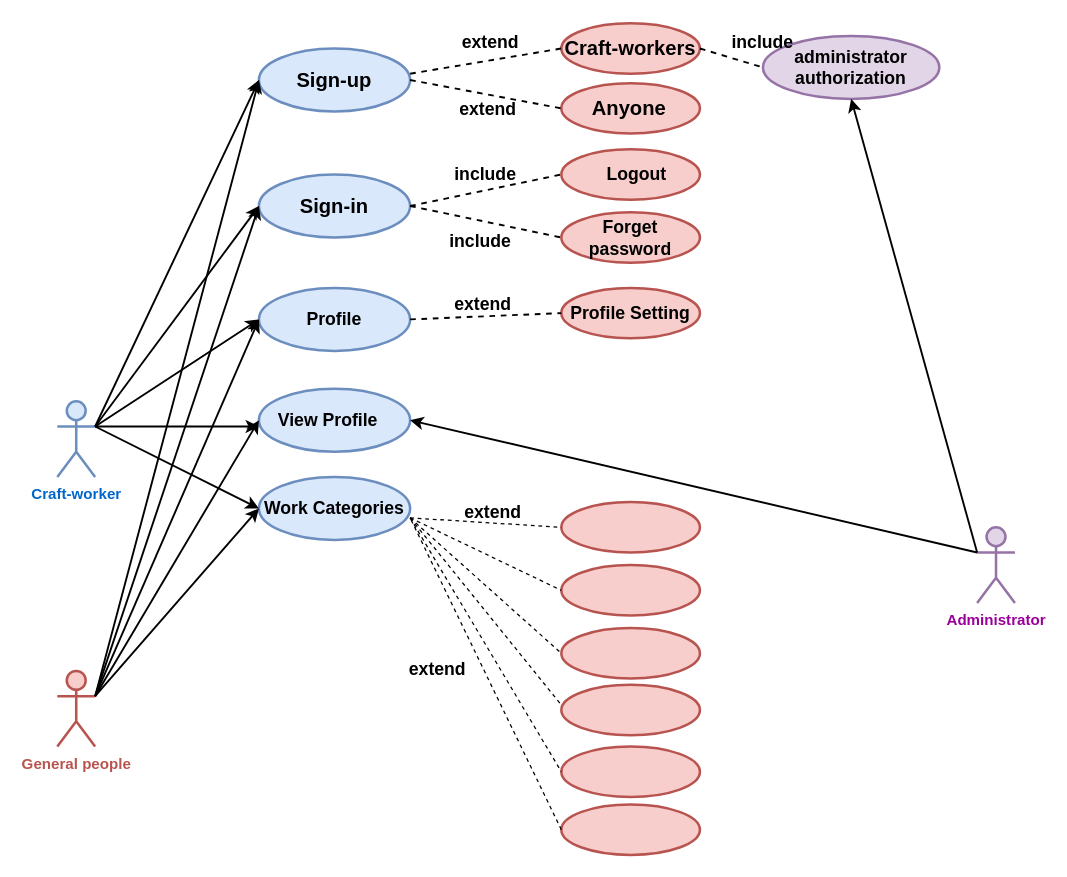
Earlier version of the draw.io diagram se231use.drawio (Fatema-A-Ferdaus/se231). Source tidied: cells renumbered, new cells numbered last; positions are measured from the earlier drawing's top-left corner, leaving out a move shared by most shapes. Both pictures are drawn from the tidied source at 126%, with x=0, y=0 at pixel (57, 23).
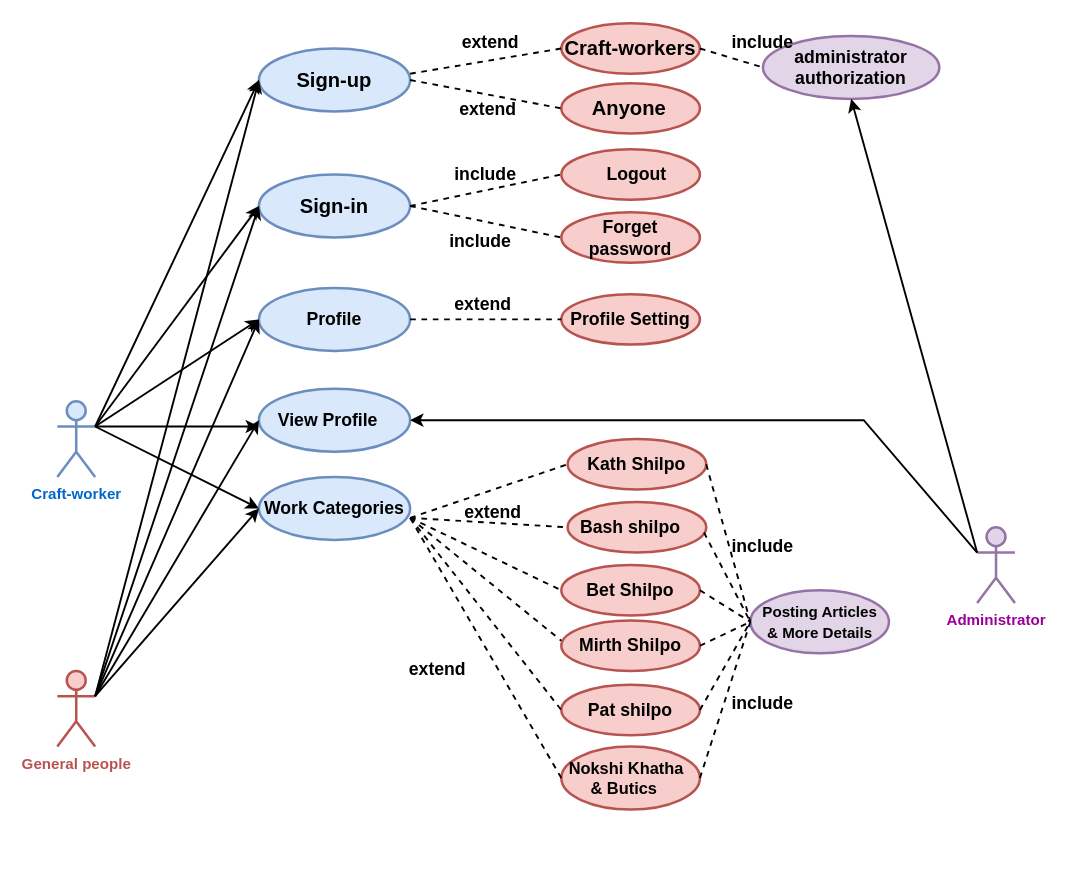
Above is the later version.

Unchanged cells that the change refers to:
```xml
<mxCell id="4" value="&lt;font color=&quot;#990099&quot;&gt;&lt;b&gt;Administrator&lt;/b&gt;&lt;/font&gt;" style="shape=umlActor;verticalLabelPosition=bottom;verticalAlign=top;html=1;outlineConnect=0;fillColor=#e1d5e7;strokeColor=#9673a6;strokeWidth=2;" parent="1" vertex="1">
  <mxGeometry x="730" y="400" width="30" height="60" as="geometry" />
</mxCell>
<mxCell id="8" style="ellipse;whiteSpace=wrap;html=1;fillColor=#dae8fc;strokeColor=#6c8ebf;strokeWidth=2;" parent="1" vertex="1">
  <mxGeometry x="160" y="290" width="120" height="50" as="geometry" />
</mxCell>
<mxCell id="48" value="&lt;b&gt;Work &lt;span style=&quot;font-family: &amp;#34;arial&amp;#34; ; color: rgb(0 , 0 , 0) ; background-color: transparent ; font-style: normal ; font-variant: normal ; text-decoration: none ; vertical-align: baseline&quot; id=&quot;docs-internal-guid-b7d664e6-7fff-4944-9143-4917c589e76c&quot;&gt;Categories&lt;/span&gt;&lt;/b&gt;" style="text;html=1;strokeColor=none;fillColor=none;align=center;verticalAlign=middle;whiteSpace=wrap;rounded=0;fontSize=14;fontColor=#000000;" parent="1" vertex="1">
  <mxGeometry x="160" y="370" width="120" height="30" as="geometry" />
</mxCell>
```

Diff of the diagram source:
```diff
@@
     <mxCell id="36" style="ellipse;whiteSpace=wrap;html=1;strokeColor=#b85450;strokeWidth=2;fillColor=#f8cecc;" parent="1" vertex="1">
-      <mxGeometry x="400" y="210" width="110" height="40" as="geometry" />
+      <mxGeometry x="400" y="215" width="110" height="40" as="geometry" />
     </mxCell>
@@
     <mxCell id="38" value="&lt;b&gt;Profile Setting&lt;/b&gt;" style="text;html=1;strokeColor=none;fillColor=none;align=center;verticalAlign=middle;whiteSpace=wrap;rounded=0;fontSize=14;fontColor=#000000;" parent="1" vertex="1">
-      <mxGeometry x="405" y="215" width="100" height="30" as="geometry" />
+      <mxGeometry x="405" y="220" width="100" height="30" as="geometry" />
     </mxCell>
@@
     <mxCell id="45" style="endArrow=classic;html=1;rounded=0;fontSize=14;fontColor=#000000;strokeWidth=1.5;entryX=1;entryY=0.5;entryDx=0;entryDy=0;exitX=0;exitY=0.3333333333333333;exitDx=0;exitDy=0;exitPerimeter=0;" parent="1" edge="1" source="4" target="8">
-      <mxGeometry relative="1" as="geometry" />
+      <mxGeometry relative="1" as="geometry">
+        <Array as="points">
+          <mxPoint x="640" y="315" />
+        </Array>
+      </mxGeometry>
     </mxCell>
@@
     <mxCell id="51" style="ellipse;whiteSpace=wrap;html=1;strokeColor=#b85450;strokeWidth=2;fillColor=#f8cecc;" parent="1" vertex="1">
-      <mxGeometry x="400" y="430" width="110" height="40" as="geometry" />
+      <mxGeometry x="405" y="380" width="110" height="40" as="geometry" />
     </mxCell>
     <mxCell id="52" style="ellipse;whiteSpace=wrap;html=1;strokeColor=#b85450;strokeWidth=2;fillColor=#f8cecc;" parent="1" vertex="1">
-      <mxGeometry x="400" y="380" width="110" height="40" as="geometry" />
+      <mxGeometry x="405" y="330" width="110" height="40" as="geometry" />
     </mxCell>
     <mxCell id="53" style="ellipse;whiteSpace=wrap;html=1;strokeColor=#b85450;strokeWidth=2;fillColor=#f8cecc;" parent="1" vertex="1">
-      <mxGeometry x="400" y="480" width="110" height="40" as="geometry" />
+      <mxGeometry x="400" y="430" width="110" height="40" as="geometry" />
     </mxCell>
     <mxCell id="54" style="ellipse;whiteSpace=wrap;html=1;strokeColor=#b85450;strokeWidth=2;fillColor=#f8cecc;" parent="1" vertex="1">
-      <mxGeometry x="400" y="525" width="110" height="40" as="geometry" />
+      <mxGeometry x="400" y="474" width="110" height="40" as="geometry" />
     </mxCell>
     <mxCell id="55" style="ellipse;whiteSpace=wrap;html=1;strokeColor=#b85450;strokeWidth=2;fillColor=#f8cecc;" parent="1" vertex="1">
-      <mxGeometry x="400" y="574" width="110" height="40" as="geometry" />
+      <mxGeometry x="400" y="525" width="110" height="40" as="geometry" />
     </mxCell>
@@
-    <mxCell id="57" style="endArrow=none;dashed=1;html=1;rounded=0;entryX=0;entryY=0.5;entryDx=0;entryDy=0;exitX=1;exitY=0.75;exitDx=0;exitDy=0;" parent="1" edge="1" source="48" target="52">
+    <mxCell id="57" style="endArrow=none;dashed=1;html=1;rounded=0;entryX=0;entryY=0.5;entryDx=0;entryDy=0;exitX=1;exitY=0.75;exitDx=0;exitDy=0;strokeWidth=1.5;" parent="1" edge="1" source="48" target="52">
       <mxGeometry relative="1" as="geometry" />
     </mxCell>
-    <mxCell id="58" style="endArrow=none;dashed=1;html=1;rounded=0;entryX=0;entryY=0.5;entryDx=0;entryDy=0;exitX=1;exitY=0.75;exitDx=0;exitDy=0;" parent="1" edge="1" source="48" target="51">
+    <mxCell id="58" style="endArrow=none;dashed=1;html=1;rounded=0;entryX=0;entryY=0.5;entryDx=0;entryDy=0;exitX=1;exitY=0.75;exitDx=0;exitDy=0;strokeWidth=1.5;" parent="1" edge="1" source="48" target="51">
       <mxGeometry relative="1" as="geometry" />
     </mxCell>
-    <mxCell id="59" style="endArrow=none;dashed=1;html=1;rounded=0;entryX=0;entryY=0.5;entryDx=0;entryDy=0;exitX=1;exitY=0.75;exitDx=0;exitDy=0;" parent="1" edge="1" source="48" target="53">
+    <mxCell id="59" style="endArrow=none;dashed=1;html=1;rounded=0;entryX=0;entryY=0.5;entryDx=0;entryDy=0;exitX=1;exitY=0.75;exitDx=0;exitDy=0;strokeWidth=1.5;" parent="1" edge="1" source="48" target="53">
       <mxGeometry relative="1" as="geometry" />
     </mxCell>
-    <mxCell id="60" style="endArrow=none;dashed=1;html=1;rounded=0;entryX=0;entryY=0.4;entryDx=0;entryDy=0;entryPerimeter=0;exitX=1;exitY=0.75;exitDx=0;exitDy=0;" parent="1" edge="1" source="48" target="54">
+    <mxCell id="60" style="endArrow=none;dashed=1;html=1;rounded=0;entryX=0;entryY=0.4;entryDx=0;entryDy=0;entryPerimeter=0;exitX=1;exitY=0.75;exitDx=0;exitDy=0;strokeWidth=1.5;" parent="1" edge="1" source="48" target="54">
       <mxGeometry relative="1" as="geometry" />
     </mxCell>
-    <mxCell id="61" style="endArrow=none;dashed=1;html=1;rounded=0;exitX=1;exitY=0.75;exitDx=0;exitDy=0;entryX=0;entryY=0.5;entryDx=0;entryDy=0;" parent="1" edge="1" source="48" target="55">
+    <mxCell id="61" style="endArrow=none;dashed=1;html=1;rounded=0;exitX=1;exitY=0.75;exitDx=0;exitDy=0;entryX=0;entryY=0.5;entryDx=0;entryDy=0;strokeWidth=1.5;" parent="1" edge="1" source="48" target="55">
       <mxGeometry relative="1" as="geometry" />
     </mxCell>
     <mxCell id="62" style="ellipse;whiteSpace=wrap;html=1;strokeColor=#b85450;strokeWidth=2;fillColor=#f8cecc;" parent="1" vertex="1">
-      <mxGeometry x="400" y="620" width="110" height="40" as="geometry" />
+      <mxGeometry x="400" y="574" width="110" height="50" as="geometry" />
     </mxCell>
-    <mxCell id="63" style="endArrow=none;dashed=1;html=1;rounded=0;exitX=0;exitY=0.5;exitDx=0;exitDy=0;entryX=1;entryY=0.75;entryDx=0;entryDy=0;" parent="1" edge="1" source="62" target="48">
+    <mxCell id="63" style="endArrow=none;dashed=1;html=1;rounded=0;exitX=0;exitY=0.5;exitDx=0;exitDy=0;entryX=1;entryY=0.75;entryDx=0;entryDy=0;strokeWidth=1.5;" parent="1" edge="1" source="62" target="48">
       <mxGeometry relative="1" as="geometry" />
     </mxCell>
@@
+    <mxCell id="65" value="&lt;font style=&quot;font-size: 14px&quot;&gt;&lt;span style=&quot;font-family: &amp;#34;arial&amp;#34; ; color: rgb(0 , 0 , 0) ; background-color: transparent ; font-weight: 700 ; font-style: normal ; font-variant: normal ; text-decoration: none ; vertical-align: baseline&quot; id=&quot;docs-internal-guid-06c5607c-7fff-e027-40bc-780a48625a0f&quot;&gt;Kath Shilpo&lt;/span&gt;&lt;/font&gt;" style="text;html=1;strokeColor=none;fillColor=none;align=center;verticalAlign=middle;whiteSpace=wrap;rounded=0;" parent="1" vertex="1">
+      <mxGeometry x="410" y="345" width="100" height="10" as="geometry" />
+    </mxCell>
+    <mxCell id="66" value="&lt;font style=&quot;font-size: 14px&quot;&gt;&lt;span style=&quot;font-family: &amp;#34;arial&amp;#34; ; color: rgb(0 , 0 , 0) ; background-color: transparent ; font-weight: 700 ; font-style: normal ; font-variant: normal ; text-decoration: none ; vertical-align: baseline&quot; id=&quot;docs-internal-guid-e4ca065d-7fff-76d1-59c0-c70cfacae03e&quot;&gt;Bash shilpo&lt;/span&gt;&lt;/font&gt;" style="text;html=1;strokeColor=none;fillColor=none;align=center;verticalAlign=middle;whiteSpace=wrap;rounded=0;fontSize=14;" parent="1" vertex="1">
+      <mxGeometry x="405" y="390" width="100" height="20" as="geometry" />
+    </mxCell>
+    <mxCell id="67" value="&lt;font style=&quot;font-size: 14px&quot;&gt;&lt;span style=&quot;font-family: &amp;#34;arial&amp;#34; ; color: rgb(0 , 0 , 0) ; background-color: transparent ; font-weight: 700 ; font-style: normal ; font-variant: normal ; text-decoration: none ; vertical-align: baseline&quot; id=&quot;docs-internal-guid-c5cb1a11-7fff-92f5-c12f-03132aebc5e7&quot;&gt;Bet Shilpo&lt;/span&gt;&lt;/font&gt;" style="text;html=1;strokeColor=none;fillColor=none;align=center;verticalAlign=middle;whiteSpace=wrap;rounded=0;fontSize=14;" parent="1" vertex="1">
+      <mxGeometry x="410" y="442.5" width="90" height="15" as="geometry" />
+    </mxCell>
+    <mxCell id="68" value="&lt;font style=&quot;font-size: 14px&quot;&gt;&lt;span style=&quot;font-family: &amp;#34;arial&amp;#34; ; color: rgb(0 , 0 , 0) ; background-color: transparent ; font-weight: 700 ; font-style: normal ; font-variant: normal ; text-decoration: none ; vertical-align: baseline&quot; id=&quot;docs-internal-guid-1e54c604-7fff-bb8c-8ced-753b6cb01f62&quot;&gt;Mirth Shilpo &lt;/span&gt;&lt;/font&gt;" style="text;html=1;strokeColor=none;fillColor=none;align=center;verticalAlign=middle;whiteSpace=wrap;rounded=0;fontSize=14;" parent="1" vertex="1">
+      <mxGeometry x="405" y="479" width="100" height="30" as="geometry" />
+    </mxCell>
+    <mxCell id="69" value="&lt;font style=&quot;font-size: 14px&quot;&gt;&lt;span style=&quot;font-family: &amp;#34;arial&amp;#34; ; color: rgb(0 , 0 , 0) ; background-color: transparent ; font-weight: 700 ; font-style: normal ; font-variant: normal ; text-decoration: none ; vertical-align: baseline&quot; id=&quot;docs-internal-guid-70e00efe-7fff-971b-4688-516f0cfce340&quot;&gt;Pat shilpo&lt;/span&gt;&lt;/font&gt;" style="text;html=1;strokeColor=none;fillColor=none;align=center;verticalAlign=middle;whiteSpace=wrap;rounded=0;fontSize=14;" parent="1" vertex="1">
+      <mxGeometry x="415" y="532.5" width="80" height="25" as="geometry" />
+    </mxCell>
+    <mxCell id="70" value="&lt;div style=&quot;font-size: 13px&quot;&gt;&lt;font style=&quot;font-size: 13px&quot;&gt;&lt;span style=&quot;font-family: &amp;#34;arial&amp;#34; ; color: rgb(0 , 0 , 0) ; background-color: transparent ; font-weight: 700 ; font-style: normal ; font-variant: normal ; text-decoration: none ; vertical-align: baseline&quot; id=&quot;docs-internal-guid-2d838bbb-7fff-4a7c-e926-a074e1afc192&quot;&gt;&amp;nbsp;Nokshi Khatha &lt;br&gt;&lt;/span&gt;&lt;/font&gt;&lt;/div&gt;&lt;div style=&quot;font-size: 13px&quot;&gt;&lt;font style=&quot;font-size: 13px&quot;&gt;&lt;span style=&quot;font-family: &amp;#34;arial&amp;#34; ; color: rgb(0 , 0 , 0) ; background-color: transparent ; font-weight: 700 ; font-style: normal ; font-variant: normal ; text-decoration: none ; vertical-align: baseline&quot; id=&quot;docs-internal-guid-2d838bbb-7fff-4a7c-e926-a074e1afc192&quot;&gt;&amp;amp; Butics&lt;/span&gt;&lt;/font&gt;&lt;/div&gt;" style="text;html=1;strokeColor=none;fillColor=none;align=center;verticalAlign=middle;whiteSpace=wrap;rounded=0;fontSize=14;" parent="1" vertex="1">
+      <mxGeometry x="395" y="584" width="110" height="30" as="geometry" />
+    </mxCell>
+    <mxCell id="71" style="ellipse;whiteSpace=wrap;html=1;strokeColor=#9673a6;strokeWidth=2;fillColor=#e1d5e7;" parent="1" vertex="1">
+      <mxGeometry x="550" y="450" width="110" height="50" as="geometry" />
+    </mxCell>
+    <mxCell id="72" style="endArrow=none;dashed=1;html=1;rounded=0;fontSize=13;entryX=0;entryY=0.5;entryDx=0;entryDy=0;exitX=1;exitY=0.5;exitDx=0;exitDy=0;strokeWidth=1.5;" parent="1" edge="1" source="52" target="71">
+      <mxGeometry relative="1" as="geometry" />
+    </mxCell>
+    <mxCell id="73" style="endArrow=none;dashed=1;html=1;rounded=0;fontSize=13;entryX=0;entryY=0.5;entryDx=0;entryDy=0;exitX=0.984;exitY=0.604;exitDx=0;exitDy=0;exitPerimeter=0;strokeWidth=1.5;" parent="1" edge="1" source="51" target="71">
+      <mxGeometry relative="1" as="geometry" />
+    </mxCell>
+    <mxCell id="74" style="endArrow=none;dashed=1;html=1;rounded=0;fontSize=13;exitX=1;exitY=0.5;exitDx=0;exitDy=0;entryX=0;entryY=0.5;entryDx=0;entryDy=0;strokeWidth=1.5;" parent="1" edge="1" source="53" target="71">
+      <mxGeometry relative="1" as="geometry" />
+    </mxCell>
+    <mxCell id="75" style="endArrow=none;dashed=1;html=1;rounded=0;fontSize=13;exitX=1;exitY=0.5;exitDx=0;exitDy=0;entryX=0;entryY=0.5;entryDx=0;entryDy=0;strokeWidth=1.5;" parent="1" edge="1" source="54" target="71">
+      <mxGeometry relative="1" as="geometry" />
+    </mxCell>
+    <mxCell id="76" style="endArrow=none;dashed=1;html=1;rounded=0;fontSize=13;exitX=1;exitY=0.5;exitDx=0;exitDy=0;entryX=0;entryY=0.5;entryDx=0;entryDy=0;strokeWidth=1.5;" parent="1" edge="1" source="55" target="71">
+      <mxGeometry relative="1" as="geometry" />
+    </mxCell>
+    <mxCell id="77" style="endArrow=none;dashed=1;html=1;rounded=0;fontSize=13;exitX=1;exitY=0.5;exitDx=0;exitDy=0;entryX=0;entryY=0.5;entryDx=0;entryDy=0;strokeWidth=1.5;" parent="1" edge="1" source="62" target="71">
+      <mxGeometry relative="1" as="geometry" />
+    </mxCell>
+    <mxCell id="78" value="&lt;div&gt;&lt;font style=&quot;font-size: 12px&quot;&gt;&lt;b&gt;Posting Articles &lt;br&gt;&lt;/b&gt;&lt;/font&gt;&lt;/div&gt;&lt;div&gt;&lt;font style=&quot;font-size: 12px&quot;&gt;&lt;b&gt;&amp;amp; More Details&lt;/b&gt;&lt;/font&gt;&lt;/div&gt;" style="text;html=1;strokeColor=none;fillColor=none;align=center;verticalAlign=middle;whiteSpace=wrap;rounded=0;fontSize=13;" parent="1" vertex="1">
+      <mxGeometry x="557.5" y="461.9" width="95" height="26.2" as="geometry" />
+    </mxCell>
+    <mxCell id="79" value="&lt;b&gt;include&lt;/b&gt;" style="text;html=1;strokeColor=none;fillColor=none;align=center;verticalAlign=middle;whiteSpace=wrap;rounded=0;fontSize=14;fontColor=#000000;" parent="1" vertex="1">
+      <mxGeometry x="530" y="400" width="60" height="30" as="geometry" />
+    </mxCell>
+    <mxCell id="80" value="&lt;b&gt;include&lt;/b&gt;" style="text;html=1;strokeColor=none;fillColor=none;align=center;verticalAlign=middle;whiteSpace=wrap;rounded=0;fontSize=14;fontColor=#000000;" parent="1" vertex="1">
+      <mxGeometry x="530" y="525" width="60" height="30" as="geometry" />
+    </mxCell>
```
